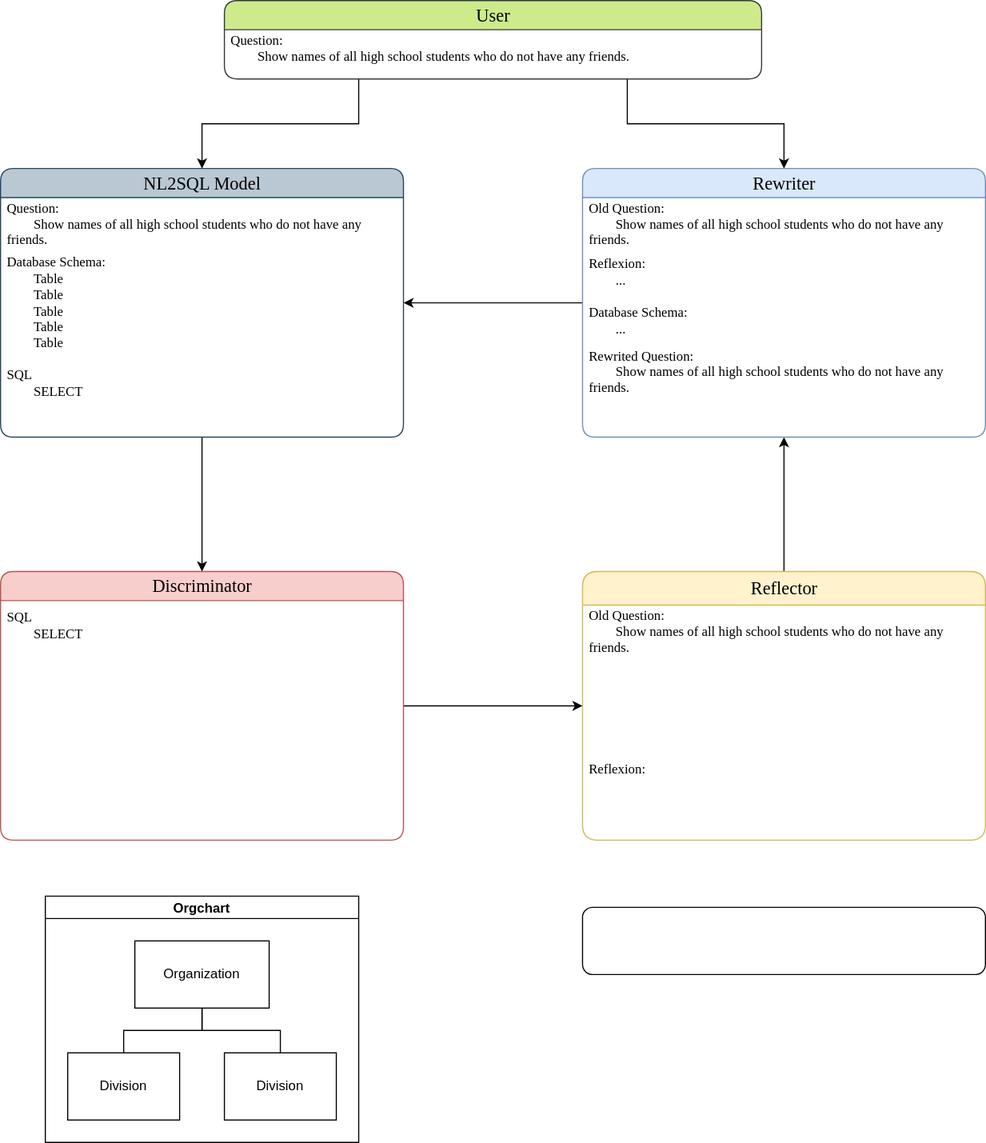
The draw.io diagram rewriter_agents_v240513.drawio.svg in MPX0222/Research-Design-Space, before a commit. Source tidied: cells renumbered, new cells last; positions are measured from the earlier drawing's top-left corner, leaving out a move shared by most shapes.
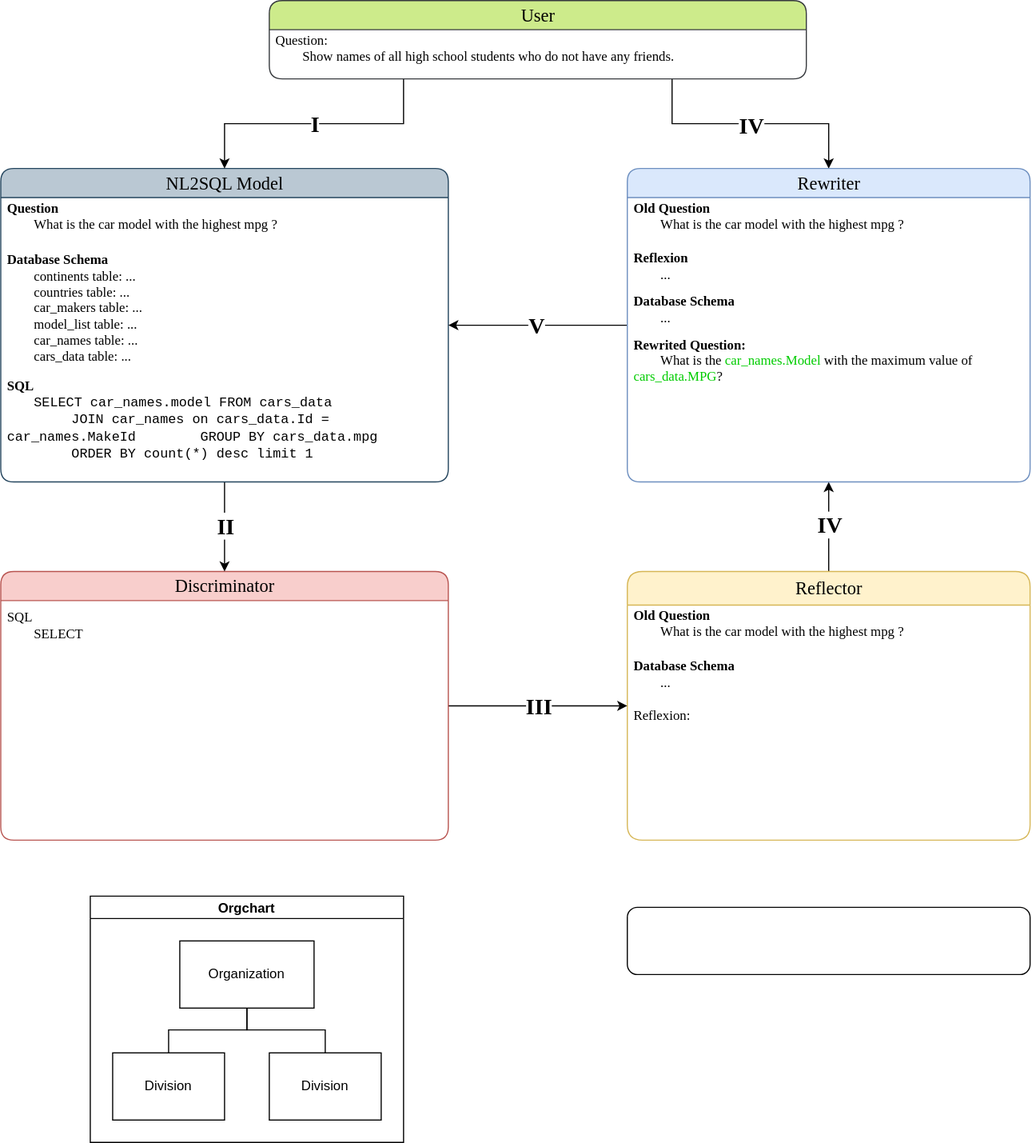
After the change.

What changed in the source:
```diff
@@ -1,2 +1,2 @@
-<mxGraphModel>
+<mxGraphModel background="#ffffff">
   <root>
@@ -7,2 +7,5 @@
     </mxCell>
+    <mxCell id="33" value="&lt;font face=&quot;Times New Roman&quot; style=&quot;font-size: 20px;&quot;&gt;&lt;b style=&quot;font-size: 20px;&quot;&gt;IV&lt;/b&gt;&lt;/font&gt;" style="edgeLabel;html=1;align=center;verticalAlign=middle;fontSize=20;" parent="2" vertex="1">
+      <mxGeometry x="0.07" relative="1" as="geometry" />
+    </mxCell>
     <mxCell id="3" value="&lt;font style=&quot;font-size: 16px;&quot;&gt;Reflector&lt;/font&gt;" style="swimlane;html=1;fontStyle=0;horizontal=1;startSize=30;fillColor=#fff2cc;swimlaneFillColor=#ffffff;align=center;rounded=1;shadow=0;comic=0;labelBackgroundColor=none;strokeWidth=1;fontFamily=Verdana;fontSize=12;strokeColor=#d6b656;" parent="1" vertex="1">
@@ -10,13 +13,10 @@
     </mxCell>
-    <mxCell id="4" value="&lt;font face=&quot;Verdana&quot;&gt;Old Question:&amp;nbsp;&lt;/font&gt;&lt;div&gt;&lt;font face=&quot;BVNRE3tisAN5x1x_slKI&quot;&gt;&lt;span style=&quot;white-space: pre;&quot;&gt;&#9;&lt;/span&gt;Show names of all high school students who do not have any friends.&lt;/font&gt;&lt;/div&gt;&lt;div&gt;&lt;font face=&quot;BVNRE3tisAN5x1x_slKI&quot;&gt;&lt;br&gt;&lt;/font&gt;&lt;/div&gt;&lt;div&gt;&lt;br&gt;&lt;/div&gt;&lt;div&gt;&lt;font face=&quot;BVNRE3tisAN5x1x_slKI&quot;&gt;&lt;br&gt;&lt;/font&gt;&lt;/div&gt;&lt;div&gt;&lt;br&gt;&lt;/div&gt;" style="text;strokeColor=none;fillColor=none;align=left;verticalAlign=middle;spacingLeft=4;spacingRight=4;overflow=hidden;whiteSpace=wrap;html=1;" parent="3" vertex="1">
-      <mxGeometry y="30" width="360" height="44" as="geometry" />
+    <mxCell id="4" value="&lt;font face=&quot;Verdana&quot;&gt;&lt;b&gt;Old Question&lt;/b&gt; &lt;br&gt;&lt;/font&gt;&lt;div&gt;&lt;font face=&quot;BVNRE3tisAN5x1x_slKI&quot;&gt;&lt;span style=&quot;white-space: pre;&quot;&gt;&#9;&lt;/span&gt;&lt;/font&gt;&lt;font face=&quot;BVNRE3tisAN5x1x_slKI&quot;&gt;What is the car model with the highest mpg ?&lt;/font&gt;&lt;/div&gt;&lt;div&gt;&lt;font face=&quot;BVNRE3tisAN5x1x_slKI&quot;&gt;&lt;br&gt;&lt;/font&gt;&lt;/div&gt;&lt;div&gt;&lt;br&gt;&lt;/div&gt;&lt;div&gt;&lt;font face=&quot;BVNRE3tisAN5x1x_slKI&quot;&gt;&lt;br&gt;&lt;/font&gt;&lt;/div&gt;&lt;div&gt;&lt;br&gt;&lt;/div&gt;" style="text;strokeColor=none;fillColor=none;align=left;verticalAlign=middle;spacingLeft=4;spacingRight=4;overflow=hidden;whiteSpace=wrap;html=1;" parent="3" vertex="1">
+      <mxGeometry y="30" width="360" height="40" as="geometry" />
     </mxCell>
-    <mxCell id="5" value="&lt;div&gt;&lt;br&gt;&lt;/div&gt;" style="text;strokeColor=none;fillColor=none;align=left;verticalAlign=middle;spacingLeft=4;spacingRight=4;overflow=hidden;whiteSpace=wrap;html=1;" parent="3" vertex="1">
-      <mxGeometry y="74" width="360" height="44" as="geometry" />
-    </mxCell>
-    <mxCell id="6" value="&lt;div&gt;&lt;br&gt;&lt;/div&gt;" style="text;strokeColor=none;fillColor=none;align=left;verticalAlign=middle;spacingLeft=4;spacingRight=4;overflow=hidden;whiteSpace=wrap;html=1;" parent="3" vertex="1">
-      <mxGeometry y="118" width="360" height="44" as="geometry" />
-    </mxCell>
+    <mxCell id="34" value="&lt;div&gt;&lt;font face=&quot;Verdana&quot;&gt;&lt;b&gt;Database Schema&lt;/b&gt;&lt;/font&gt;&lt;/div&gt;&lt;div&gt;&lt;font face=&quot;Verdana&quot;&gt;&lt;span style=&quot;white-space: pre;&quot;&gt;&#9;&lt;/span&gt;...&lt;/font&gt;&lt;/div&gt;" style="text;strokeColor=none;fillColor=none;align=left;verticalAlign=middle;spacingLeft=4;spacingRight=4;overflow=hidden;whiteSpace=wrap;html=1;" parent="3" vertex="1">
+      <mxGeometry y="70" width="360" height="44" as="geometry" />
+    </mxCell>
     <mxCell id="7" value="&lt;div&gt;&lt;font face=&quot;Verdana&quot;&gt;Reflexion:&lt;/font&gt;&lt;/div&gt;&lt;div&gt;&lt;font face=&quot;Verdana&quot;&gt;&lt;span style=&quot;white-space: pre;&quot;&gt;&#9;&lt;/span&gt;&lt;br&gt;&lt;/font&gt;&lt;/div&gt;" style="text;strokeColor=none;fillColor=none;align=left;verticalAlign=middle;spacingLeft=4;spacingRight=4;overflow=hidden;whiteSpace=wrap;html=1;" parent="3" vertex="1">
-      <mxGeometry y="162" width="360" height="44" as="geometry" />
+      <mxGeometry y="114" width="360" height="44" as="geometry" />
     </mxCell>
@@ -25,7 +25,10 @@
     </mxCell>
+    <mxCell id="35" value="&lt;font face=&quot;Times New Roman&quot; style=&quot;font-size: 20px;&quot;&gt;&lt;b style=&quot;font-size: 20px;&quot;&gt;III&lt;/b&gt;&lt;/font&gt;" style="edgeLabel;html=1;align=center;verticalAlign=middle;fontSize=20;" parent="8" vertex="1">
+      <mxGeometry y="1" relative="1" as="geometry" />
+    </mxCell>
     <mxCell id="9" value="&lt;font style=&quot;font-size: 16px;&quot;&gt;Discriminator&lt;/font&gt;" style="swimlane;html=1;fontStyle=0;horizontal=1;startSize=26;fillColor=#f8cecc;swimlaneFillColor=#ffffff;align=center;rounded=1;shadow=0;comic=0;labelBackgroundColor=none;strokeWidth=1;fontFamily=Verdana;fontSize=12;strokeColor=#b85450;glass=0;swimlaneLine=1;" parent="1" vertex="1">
-      <mxGeometry y="510" width="360" height="240" as="geometry" />
+      <mxGeometry x="-40" y="510" width="400" height="240" as="geometry" />
     </mxCell>
     <mxCell id="10" value="&lt;div&gt;&lt;font face=&quot;Verdana&quot;&gt;SQL&lt;/font&gt;&lt;/div&gt;&lt;div&gt;&lt;span style=&quot;white-space: pre;&quot;&gt;&lt;font face=&quot;o2vofFl21mDokO-6VKEO&quot;&gt;&#9;SELECT&lt;/font&gt;&lt;/span&gt;&lt;br&gt;&lt;/div&gt;" style="text;strokeColor=none;fillColor=none;align=left;verticalAlign=middle;spacingLeft=4;spacingRight=4;overflow=hidden;whiteSpace=wrap;html=1;" parent="9" vertex="1">
-      <mxGeometry y="26" width="360" height="44" as="geometry" />
+      <mxGeometry y="26" width="400" height="44" as="geometry" />
     </mxCell>
@@ -34,13 +37,16 @@
     </mxCell>
+    <mxCell id="36" value="&lt;font style=&quot;font-size: 20px;&quot; face=&quot;Times New Roman&quot;&gt;II&lt;br style=&quot;font-size: 20px;&quot;&gt;&lt;/font&gt;" style="edgeLabel;html=1;align=center;verticalAlign=middle;fontSize=20;fontStyle=1;" parent="11" vertex="1">
+      <mxGeometry x="-0.03" relative="1" as="geometry" />
+    </mxCell>
     <mxCell id="12" value="&lt;font style=&quot;font-size: 16px;&quot;&gt;NL2SQL Model&lt;/font&gt;" style="swimlane;html=1;fontStyle=0;horizontal=1;startSize=26;fillColor=#bac8d3;swimlaneFillColor=#ffffff;align=center;rounded=1;shadow=0;comic=0;labelBackgroundColor=none;strokeWidth=1;fontFamily=Verdana;fontSize=12;strokeColor=#23445d;" parent="1" vertex="1">
-      <mxGeometry y="150" width="360" height="240" as="geometry" />
+      <mxGeometry x="-40" y="150" width="400" height="280" as="geometry" />
     </mxCell>
-    <mxCell id="13" value="&lt;font face=&quot;Verdana&quot;&gt;Question:&amp;nbsp;&lt;/font&gt;&lt;div&gt;&lt;font face=&quot;BVNRE3tisAN5x1x_slKI&quot;&gt;&lt;span style=&quot;white-space: pre;&quot;&gt;&#9;&lt;/span&gt;Show names of all high school students who do not have any friends.&lt;/font&gt;&lt;/div&gt;&lt;div&gt;&lt;font face=&quot;BVNRE3tisAN5x1x_slKI&quot;&gt;&lt;br&gt;&lt;/font&gt;&lt;/div&gt;&lt;div&gt;&lt;br&gt;&lt;/div&gt;&lt;div&gt;&lt;font face=&quot;BVNRE3tisAN5x1x_slKI&quot;&gt;&lt;br&gt;&lt;/font&gt;&lt;/div&gt;&lt;div&gt;&lt;br&gt;&lt;/div&gt;" style="text;strokeColor=none;fillColor=none;align=left;verticalAlign=middle;spacingLeft=4;spacingRight=4;overflow=hidden;whiteSpace=wrap;html=1;" parent="12" vertex="1">
-      <mxGeometry y="26" width="360" height="44" as="geometry" />
+    <mxCell id="13" value="&lt;font face=&quot;Verdana&quot;&gt;&lt;b&gt;Question &lt;br&gt;&lt;/b&gt;&lt;/font&gt;&lt;div&gt;&lt;font face=&quot;BVNRE3tisAN5x1x_slKI&quot;&gt;&lt;span style=&quot;white-space: pre;&quot;&gt;&#9;&lt;/span&gt;What is the car model with the highest mpg ?&lt;/font&gt;&lt;/div&gt;&lt;div&gt;&lt;font face=&quot;BVNRE3tisAN5x1x_slKI&quot;&gt;&lt;br&gt;&lt;/font&gt;&lt;/div&gt;&lt;div&gt;&lt;br&gt;&lt;/div&gt;&lt;div&gt;&lt;font face=&quot;BVNRE3tisAN5x1x_slKI&quot;&gt;&lt;br&gt;&lt;/font&gt;&lt;/div&gt;&lt;div&gt;&lt;br&gt;&lt;/div&gt;" style="text;strokeColor=none;fillColor=none;align=left;verticalAlign=middle;spacingLeft=4;spacingRight=4;overflow=hidden;whiteSpace=wrap;html=1;" parent="12" vertex="1">
+      <mxGeometry y="26" width="400" height="44" as="geometry" />
     </mxCell>
-    <mxCell id="14" value="&lt;div&gt;&lt;font face=&quot;Verdana&quot;&gt;Database Schema:&lt;/font&gt;&lt;/div&gt;&lt;div&gt;&lt;font face=&quot;L0XecSkXJtN0FbtAh_gb&quot;&gt;&lt;span style=&quot;white-space: pre;&quot;&gt;&#9;&lt;/span&gt;Table&lt;/font&gt;&lt;/div&gt;&lt;div&gt;&lt;span style=&quot;font-family: L0XecSkXJtN0FbtAh_gb;&quot;&gt;&lt;span style=&quot;white-space: pre;&quot;&gt;&#9;&lt;/span&gt;Table&lt;/span&gt;&lt;font face=&quot;L0XecSkXJtN0FbtAh_gb&quot;&gt;&lt;br&gt;&lt;/font&gt;&lt;/div&gt;&lt;div&gt;&lt;span style=&quot;font-family: L0XecSkXJtN0FbtAh_gb;&quot;&gt;&lt;span style=&quot;white-space: pre;&quot;&gt;&#9;&lt;/span&gt;Table&lt;/span&gt;&lt;span style=&quot;font-family: L0XecSkXJtN0FbtAh_gb;&quot;&gt;&lt;br&gt;&lt;/span&gt;&lt;/div&gt;&lt;div&gt;&lt;span style=&quot;font-family: L0XecSkXJtN0FbtAh_gb;&quot;&gt;&lt;span style=&quot;white-space: pre;&quot;&gt;&#9;&lt;/span&gt;Table&lt;/span&gt;&lt;span style=&quot;font-family: L0XecSkXJtN0FbtAh_gb;&quot;&gt;&lt;br&gt;&lt;/span&gt;&lt;/div&gt;&lt;div&gt;&lt;span style=&quot;font-family: L0XecSkXJtN0FbtAh_gb;&quot;&gt;&lt;span style=&quot;white-space: pre;&quot;&gt;&#9;&lt;/span&gt;Table&lt;/span&gt;&lt;span style=&quot;font-family: L0XecSkXJtN0FbtAh_gb;&quot;&gt;&lt;br&gt;&lt;/span&gt;&lt;/div&gt;" style="text;strokeColor=none;fillColor=none;align=left;verticalAlign=middle;spacingLeft=4;spacingRight=4;overflow=hidden;whiteSpace=wrap;html=1;" parent="12" vertex="1">
-      <mxGeometry y="70" width="360" height="100" as="geometry" />
+    <mxCell id="14" value="&lt;div&gt;&lt;font face=&quot;Verdana&quot;&gt;&lt;b&gt;Database Schema&lt;/b&gt;&lt;/font&gt;&lt;/div&gt;&lt;div&gt;&lt;font face=&quot;L0XecSkXJtN0FbtAh_gb&quot;&gt;&lt;span style=&quot;white-space: pre;&quot;&gt;&#9;continents table: ...&lt;br&gt;&lt;span style=&quot;white-space: pre;&quot;&gt;&#9;&lt;/span&gt;countries table: ...&lt;br&gt;&lt;span style=&quot;white-space: pre;&quot;&gt;&#9;&lt;/span&gt;car_makers table: ...&lt;br&gt;&lt;span style=&quot;white-space: pre;&quot;&gt;&#9;&lt;/span&gt;model_list table: ...&lt;br&gt;&lt;span style=&quot;white-space: pre;&quot;&gt;&#9;&lt;/span&gt;car_names table: ...&lt;br&gt;&lt;span style=&quot;white-space: pre;&quot;&gt;&#9;&lt;/span&gt;cars_data table: ...&lt;/span&gt;&lt;/font&gt;&lt;/div&gt;" style="text;strokeColor=none;fillColor=none;align=left;verticalAlign=middle;spacingLeft=4;spacingRight=4;overflow=hidden;whiteSpace=wrap;html=1;" parent="12" vertex="1">
+      <mxGeometry y="70" width="400" height="110" as="geometry" />
     </mxCell>
-    <mxCell id="15" value="&lt;div&gt;&lt;font face=&quot;Verdana&quot;&gt;SQL&lt;/font&gt;&lt;/div&gt;&lt;div&gt;&lt;span style=&quot;white-space: pre;&quot;&gt;&lt;font face=&quot;o2vofFl21mDokO-6VKEO&quot;&gt;&#9;SELECT&lt;/font&gt;&lt;/span&gt;&lt;br&gt;&lt;/div&gt;" style="text;strokeColor=none;fillColor=none;align=left;verticalAlign=middle;spacingLeft=4;spacingRight=4;overflow=hidden;whiteSpace=wrap;html=1;" parent="12" vertex="1">
-      <mxGeometry y="170" width="360" height="44" as="geometry" />
+    <mxCell id="15" value="&lt;div&gt;&lt;font face=&quot;Verdana&quot;&gt;&lt;b&gt;SQL&lt;/b&gt;&lt;/font&gt;&lt;/div&gt;&lt;div&gt;&lt;span style=&quot;white-space: pre;&quot;&gt;&lt;font face=&quot;o2vofFl21mDokO-6VKEO&quot;&gt;&#9;&lt;font face=&quot;Courier New&quot;&gt;SELECT &lt;/font&gt;&lt;/font&gt;&lt;/span&gt;&lt;font face=&quot;Courier New&quot;&gt;car_names.model FROM cars_data&amp;nbsp;&lt;/font&gt;&lt;/div&gt;&lt;div&gt;&lt;font face=&quot;Courier New&quot;&gt;&lt;span style=&quot;white-space: pre;&quot;&gt;&#9;&lt;/span&gt;JOIN car_names on cars_data.Id = car_names.MakeId&amp;nbsp; &lt;span style=&quot;white-space: pre;&quot;&gt;&#9;GROUP BY&lt;/span&gt; cars_data.mpg&amp;nbsp;&amp;nbsp;&lt;/font&gt;&lt;/div&gt;&lt;div&gt;&lt;font face=&quot;Courier New&quot;&gt;&lt;span style=&quot;white-space: pre;&quot;&gt;&#9;ORDER BY&lt;/span&gt; count(*) desc limit 1&lt;/font&gt;&lt;/div&gt;" style="text;strokeColor=none;fillColor=none;align=left;verticalAlign=middle;spacingLeft=4;spacingRight=4;overflow=hidden;whiteSpace=wrap;html=1;rounded=1;" parent="12" vertex="1">
+      <mxGeometry y="180" width="400" height="90" as="geometry" />
     </mxCell>
@@ -52,2 +58,5 @@
     </mxCell>
+    <mxCell id="37" value="I" style="edgeLabel;html=1;align=center;verticalAlign=middle;fontFamily=Times New Roman;fontSize=20;fontStyle=1;" parent="17" vertex="1">
+      <mxGeometry y="-1" relative="1" as="geometry" />
+    </mxCell>
     <mxCell id="18" style="edgeStyle=orthogonalEdgeStyle;rounded=0;jettySize=auto;html=1;exitX=0.75;exitY=1;exitDx=0;exitDy=0;entryX=0.5;entryY=0;entryDx=0;entryDy=0;" parent="1" edge="1" source="19" target="22">
@@ -55,2 +64,5 @@
     </mxCell>
+    <mxCell id="38" value="&lt;font face=&quot;Times New Roman&quot; style=&quot;font-size: 20px;&quot;&gt;&lt;b style=&quot;font-size: 20px;&quot;&gt;IV&lt;/b&gt;&lt;/font&gt;" style="edgeLabel;html=1;align=center;verticalAlign=middle;fontSize=20;" parent="18" vertex="1">
+      <mxGeometry relative="1" as="geometry" />
+    </mxCell>
     <mxCell id="19" value="&lt;font style=&quot;font-size: 16px;&quot;&gt;User&lt;/font&gt;" style="swimlane;html=1;fontStyle=0;horizontal=1;startSize=26;fillColor=#cdeb8b;swimlaneFillColor=#ffffff;align=center;rounded=1;shadow=0;comic=0;labelBackgroundColor=none;strokeWidth=1;fontFamily=Verdana;fontSize=12;strokeColor=#36393d;" parent="1" vertex="1">
@@ -64,16 +76,19 @@
     </mxCell>
+    <mxCell id="39" value="&lt;font face=&quot;Times New Roman&quot; style=&quot;font-size: 20px;&quot;&gt;&lt;b style=&quot;font-size: 20px;&quot;&gt;V&lt;/b&gt;&lt;/font&gt;" style="edgeLabel;html=1;align=center;verticalAlign=middle;fontSize=20;" parent="21" vertex="1">
+      <mxGeometry x="0.01" y="-1" relative="1" as="geometry" />
+    </mxCell>
     <mxCell id="22" value="&lt;font style=&quot;font-size: 16px;&quot;&gt;Rewriter&lt;/font&gt;" style="swimlane;html=1;fontStyle=0;horizontal=1;startSize=26;fillColor=#dae8fc;swimlaneFillColor=#ffffff;align=center;rounded=1;shadow=0;comic=0;labelBackgroundColor=none;strokeWidth=1;fontFamily=Verdana;fontSize=12;strokeColor=#6c8ebf;" parent="1" vertex="1">
-      <mxGeometry x="520" y="150" width="360" height="240" as="geometry" />
+      <mxGeometry x="520" y="150" width="360" height="280" as="geometry" />
     </mxCell>
-    <mxCell id="23" value="&lt;font face=&quot;Verdana&quot;&gt;Old Question:&amp;nbsp;&lt;/font&gt;&lt;div&gt;&lt;font face=&quot;BVNRE3tisAN5x1x_slKI&quot;&gt;&lt;span style=&quot;white-space: pre;&quot;&gt;&#9;&lt;/span&gt;Show names of all high school students who do not have any friends.&lt;/font&gt;&lt;/div&gt;&lt;div&gt;&lt;font face=&quot;BVNRE3tisAN5x1x_slKI&quot;&gt;&lt;br&gt;&lt;/font&gt;&lt;/div&gt;&lt;div&gt;&lt;br&gt;&lt;/div&gt;&lt;div&gt;&lt;font face=&quot;BVNRE3tisAN5x1x_slKI&quot;&gt;&lt;br&gt;&lt;/font&gt;&lt;/div&gt;&lt;div&gt;&lt;br&gt;&lt;/div&gt;" style="text;strokeColor=none;fillColor=none;align=left;verticalAlign=middle;spacingLeft=4;spacingRight=4;overflow=hidden;whiteSpace=wrap;html=1;" parent="22" vertex="1">
+    <mxCell id="23" value="&lt;font face=&quot;Verdana&quot;&gt;&lt;b&gt;Old Question&lt;/b&gt; &lt;br&gt;&lt;/font&gt;&lt;div&gt;&lt;font face=&quot;BVNRE3tisAN5x1x_slKI&quot;&gt;&lt;span style=&quot;white-space: pre;&quot;&gt;&#9;&lt;/span&gt;&lt;/font&gt;&lt;font face=&quot;BVNRE3tisAN5x1x_slKI&quot;&gt;What is the car model with the highest mpg ?&lt;/font&gt;&lt;/div&gt;&lt;div&gt;&lt;font face=&quot;BVNRE3tisAN5x1x_slKI&quot;&gt;&lt;br&gt;&lt;/font&gt;&lt;/div&gt;&lt;div&gt;&lt;br&gt;&lt;/div&gt;&lt;div&gt;&lt;font face=&quot;BVNRE3tisAN5x1x_slKI&quot;&gt;&lt;br&gt;&lt;/font&gt;&lt;/div&gt;&lt;div&gt;&lt;br&gt;&lt;/div&gt;" style="text;strokeColor=none;fillColor=none;align=left;verticalAlign=middle;spacingLeft=4;spacingRight=4;overflow=hidden;whiteSpace=wrap;html=1;" parent="22" vertex="1">
       <mxGeometry y="26" width="360" height="44" as="geometry" />
     </mxCell>
-    <mxCell id="24" value="&lt;div&gt;&lt;font face=&quot;Verdana&quot;&gt;Reflexion:&lt;/font&gt;&lt;/div&gt;&lt;div&gt;&lt;font face=&quot;Verdana&quot;&gt;&lt;span style=&quot;white-space: pre;&quot;&gt;&#9;...&lt;/span&gt;&lt;br&gt;&lt;/font&gt;&lt;/div&gt;" style="text;strokeColor=none;fillColor=none;align=left;verticalAlign=middle;spacingLeft=4;spacingRight=4;overflow=hidden;whiteSpace=wrap;html=1;" parent="22" vertex="1">
-      <mxGeometry y="70" width="360" height="44" as="geometry" />
+    <mxCell id="24" value="&lt;div&gt;&lt;font face=&quot;Verdana&quot;&gt;&lt;b&gt;Reflexion&lt;/b&gt;&lt;/font&gt;&lt;/div&gt;&lt;div&gt;&lt;font face=&quot;Verdana&quot;&gt;&lt;span style=&quot;white-space: pre;&quot;&gt;&#9;...&lt;/span&gt;&lt;br&gt;&lt;/font&gt;&lt;/div&gt;" style="text;strokeColor=none;fillColor=none;align=left;verticalAlign=middle;spacingLeft=4;spacingRight=4;overflow=hidden;whiteSpace=wrap;html=1;" parent="22" vertex="1">
+      <mxGeometry y="70" width="360" height="34" as="geometry" />
     </mxCell>
-    <mxCell id="25" value="&lt;div&gt;&lt;font face=&quot;Verdana&quot;&gt;Database Schema:&lt;/font&gt;&lt;/div&gt;&lt;div&gt;&lt;font face=&quot;Verdana&quot;&gt;&lt;span style=&quot;white-space: pre;&quot;&gt;&#9;&lt;/span&gt;...&lt;/font&gt;&lt;/div&gt;" style="text;strokeColor=none;fillColor=none;align=left;verticalAlign=middle;spacingLeft=4;spacingRight=4;overflow=hidden;whiteSpace=wrap;html=1;" parent="22" vertex="1">
-      <mxGeometry y="114" width="360" height="44" as="geometry" />
+    <mxCell id="25" value="&lt;div&gt;&lt;font face=&quot;Verdana&quot;&gt;&lt;b&gt;Database Schema&lt;/b&gt;&lt;/font&gt;&lt;/div&gt;&lt;div&gt;&lt;font face=&quot;Verdana&quot;&gt;&lt;span style=&quot;white-space: pre;&quot;&gt;&#9;&lt;/span&gt;...&lt;/font&gt;&lt;/div&gt;" style="text;strokeColor=none;fillColor=none;align=left;verticalAlign=middle;spacingLeft=4;spacingRight=4;overflow=hidden;whiteSpace=wrap;html=1;" parent="22" vertex="1">
+      <mxGeometry y="104" width="360" height="44" as="geometry" />
     </mxCell>
-    <mxCell id="26" value="&lt;font face=&quot;Verdana&quot;&gt;Rewrited Question:&amp;nbsp;&lt;/font&gt;&lt;div&gt;&lt;font face=&quot;BVNRE3tisAN5x1x_slKI&quot;&gt;&lt;span style=&quot;white-space: pre;&quot;&gt;&#9;&lt;/span&gt;Show names of all high school students who do not have any friends.&lt;/font&gt;&lt;/div&gt;&lt;div&gt;&lt;font face=&quot;BVNRE3tisAN5x1x_slKI&quot;&gt;&lt;br&gt;&lt;/font&gt;&lt;/div&gt;&lt;div&gt;&lt;br&gt;&lt;/div&gt;&lt;div&gt;&lt;font face=&quot;BVNRE3tisAN5x1x_slKI&quot;&gt;&lt;br&gt;&lt;/font&gt;&lt;/div&gt;&lt;div&gt;&lt;br&gt;&lt;/div&gt;" style="text;strokeColor=none;fillColor=none;align=left;verticalAlign=middle;spacingLeft=4;spacingRight=4;overflow=hidden;whiteSpace=wrap;html=1;" parent="22" vertex="1">
-      <mxGeometry y="158" width="360" height="50" as="geometry" />
+    <mxCell id="26" value="&lt;font face=&quot;Verdana&quot;&gt;&lt;b&gt;Rewrited Question:&lt;/b&gt;&amp;nbsp;&lt;/font&gt;&lt;div&gt;&lt;font face=&quot;BVNRE3tisAN5x1x_slKI&quot;&gt;&lt;span style=&quot;white-space: pre;&quot;&gt;&#9;&lt;/span&gt;What is the &lt;font color=&quot;#00cc00&quot;&gt;car_names.Model&lt;/font&gt; with the maximum value of &lt;font color=&quot;#00cc00&quot;&gt;cars_data.MPG&lt;/font&gt;?&lt;/font&gt;&lt;/div&gt;&lt;div&gt;&lt;font face=&quot;BVNRE3tisAN5x1x_slKI&quot;&gt;&lt;br&gt;&lt;/font&gt;&lt;/div&gt;&lt;div&gt;&lt;br&gt;&lt;/div&gt;&lt;div&gt;&lt;font face=&quot;BVNRE3tisAN5x1x_slKI&quot;&gt;&lt;br&gt;&lt;/font&gt;&lt;/div&gt;&lt;div&gt;&lt;br&gt;&lt;/div&gt;" style="text;strokeColor=none;fillColor=none;align=left;verticalAlign=middle;spacingLeft=4;spacingRight=4;overflow=hidden;whiteSpace=wrap;html=1;" parent="22" vertex="1">
+      <mxGeometry y="148" width="360" height="50" as="geometry" />
     </mxCell>
```
